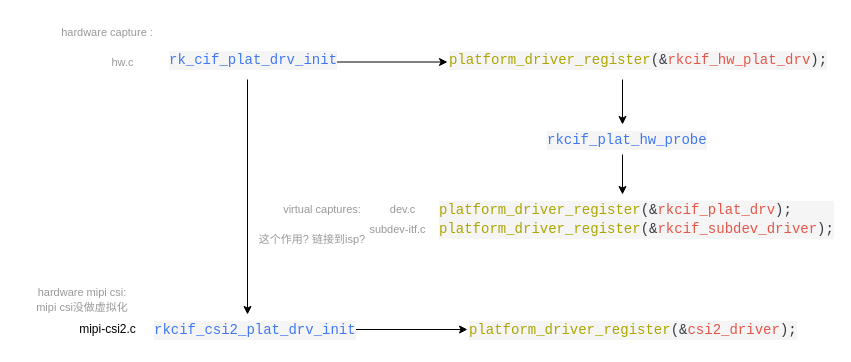
Earlier version of the draw.io diagram rk3588_virtual_isp.drawio (YC-Xiang/draw.io). Source tidied: cells renumbered, new cells numbered last; positions are measured from the earlier drawing's top-left corner, leaving out a move shared by most shapes. Both pictures are drawn from the tidied source at 100%, with x=0, y=0 at pixel (17, 16).
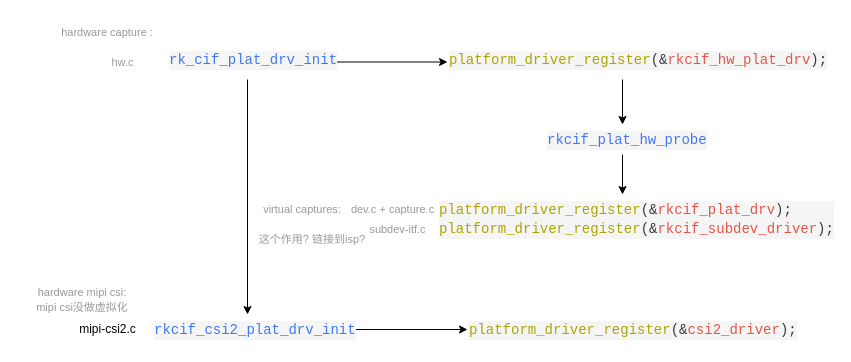
The same page after the edit.

Diff of the diagram source:
```diff
@@
-    <mxCell id="5" value="&lt;font style=&quot;font-size: 11px; color: rgb(153, 153, 153);&quot;&gt;dev.c&lt;/font&gt;" style="text;html=1;align=center;verticalAlign=middle;strokeColor=none;fillColor=none;" parent="1" vertex="1">
-      <mxGeometry x="360" y="178" width="50" height="30" as="geometry" />
+    <mxCell id="5" value="&lt;font style=&quot;font-size: 11px; color: rgb(153, 153, 153);&quot;&gt;dev.c + capture.c&lt;/font&gt;" style="text;html=1;align=center;verticalAlign=middle;strokeColor=none;fillColor=none;" parent="1" vertex="1">
+      <mxGeometry x="320" y="178" width="110" height="30" as="geometry" />
     </mxCell>
     <mxCell id="6" value="&lt;font style=&quot;font-size: 11px; color: rgb(153, 153, 153);&quot;&gt;virtual captures:&lt;/font&gt;" style="text;html=1;align=center;verticalAlign=middle;whiteSpace=wrap;rounded=0;" parent="1" vertex="1">
-      <mxGeometry x="250" y="178" width="110" height="30" as="geometry" />
+      <mxGeometry x="230" y="178" width="110" height="30" as="geometry" />
     </mxCell>
```
